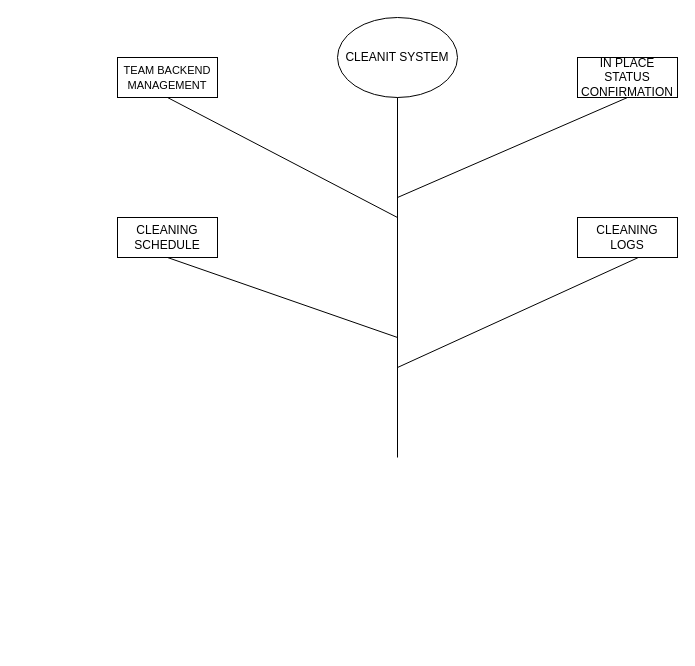
HAIWANG211/AlgorithmAndDataStructure keeps this draw.io diagram as Untitled Diagram.drawio. Above is the earlier version. Source tidied: cells renumbered, new cells numbered last; positions are measured from the earlier drawing's top-left corner, leaving out a move shared by most shapes. Both pictures are drawn from the tidied source at 100%, with x=0, y=0 at pixel (117, 17).
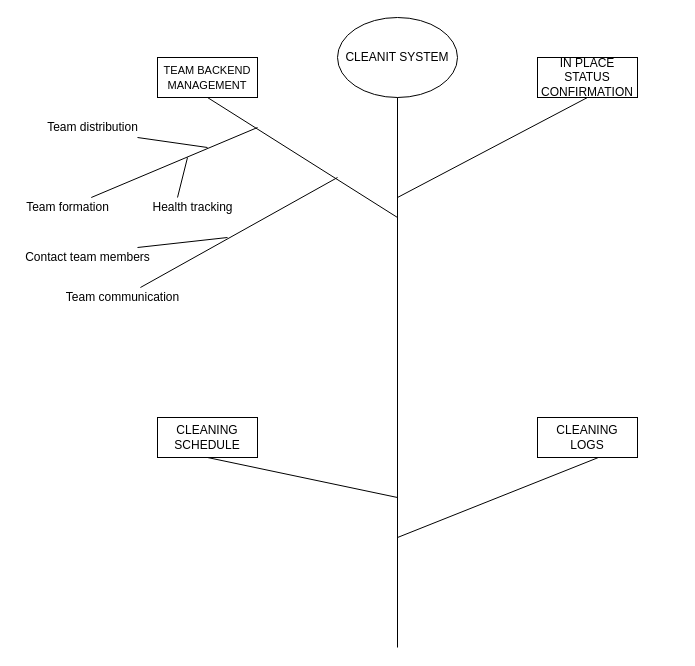
After the change.

Unchanged cells that the change refers to:
```xml
<mxCell id="2" value="CLEANIT SYSTEM" style="ellipse;whiteSpace=wrap;html=1;" parent="1" vertex="1">
  <mxGeometry x="220" width="120" height="80" as="geometry" />
</mxCell>
```

The edit, as a diff of the source:
```diff
@@
     <mxCell id="3" style="endArrow=none;html=1;entryX=0.5;entryY=1;entryDx=0;entryDy=0;" parent="1" edge="1" target="2">
       <mxGeometry relative="1" as="geometry">
-        <mxPoint x="280" y="440" as="sourcePoint" />
+        <mxPoint x="280" y="630" as="sourcePoint" />
       </mxGeometry>
     </mxCell>
     <mxCell id="4" value="&lt;font style=&quot;font-size: 11px&quot;&gt;TEAM BACKEND MANAGEMENT&lt;/font&gt;" style="rounded=0;whiteSpace=wrap;html=1;" parent="1" vertex="1">
-      <mxGeometry y="40" width="100" height="40" as="geometry" />
+      <mxGeometry x="40" y="40" width="100" height="40" as="geometry" />
     </mxCell>
@@
     <mxCell id="6" value="IN PLACE STATUS CONFIRMATION" style="rounded=0;whiteSpace=wrap;html=1;" parent="1" vertex="1">
-      <mxGeometry x="460" y="40" width="100" height="40" as="geometry" />
+      <mxGeometry x="420" y="40" width="100" height="40" as="geometry" />
     </mxCell>
@@
     <mxCell id="8" value="CLEANING SCHEDULE" style="rounded=0;whiteSpace=wrap;html=1;" parent="1" vertex="1">
-      <mxGeometry y="200" width="100" height="40" as="geometry" />
+      <mxGeometry x="40" y="400" width="100" height="40" as="geometry" />
     </mxCell>
     <mxCell id="9" value="CLEANING LOGS" style="rounded=0;whiteSpace=wrap;html=1;" parent="1" vertex="1">
-      <mxGeometry x="460" y="200" width="100" height="40" as="geometry" />
+      <mxGeometry x="420" y="400" width="100" height="40" as="geometry" />
     </mxCell>
-    <mxCell id="10" style="endArrow=none;html=1;" parent="1" edge="1">
+    <mxCell id="10" style="endArrow=none;html=1;entryX=0.5;entryY=1;entryDx=0;entryDy=0;" parent="1" edge="1" target="8">
       <mxGeometry relative="1" as="geometry">
-        <mxPoint x="280" y="320" as="sourcePoint" />
-        <mxPoint x="50" y="240" as="targetPoint" />
+        <mxPoint x="280" y="480" as="sourcePoint" />
       </mxGeometry>
     </mxCell>
     <mxCell id="11" style="endArrow=none;html=1;entryX=0.604;entryY=1.006;entryDx=0;entryDy=0;entryPerimeter=0;" parent="1" edge="1" target="9">
       <mxGeometry relative="1" as="geometry">
-        <mxPoint x="280" y="350" as="sourcePoint" />
+        <mxPoint x="280" y="520" as="sourcePoint" />
       </mxGeometry>
     </mxCell>
+    <mxCell id="12" style="endArrow=none;html=1;" parent="1" edge="1" source="13">
+      <mxGeometry relative="1" as="geometry">
+        <mxPoint x="140" y="110" as="targetPoint" />
+      </mxGeometry>
+    </mxCell>
+    <mxCell id="13" value="Team formation" style="text;html=1;align=center;verticalAlign=middle;points=[];" parent="1" vertex="1">
+      <mxGeometry x="-100" y="180" width="100" height="20" as="geometry" />
+    </mxCell>
+    <mxCell id="14" style="endArrow=none;html=1;" parent="1" edge="1">
+      <mxGeometry relative="1" as="geometry">
+        <mxPoint x="20" y="120" as="sourcePoint" />
+        <mxPoint x="90" y="130" as="targetPoint" />
+      </mxGeometry>
+    </mxCell>
+    <mxCell id="15" value="Team distribution" style="text;html=1;align=center;verticalAlign=middle;" parent="1" vertex="1">
+      <mxGeometry x="-80" y="100" width="110" height="20" as="geometry" />
+    </mxCell>
+    <mxCell id="16" style="endArrow=none;html=1;" parent="1" edge="1">
+      <mxGeometry relative="1" as="geometry">
+        <mxPoint x="60" y="180" as="sourcePoint" />
+        <mxPoint x="70" y="140" as="targetPoint" />
+      </mxGeometry>
+    </mxCell>
+    <mxCell id="17" value="Health tracking" style="text;html=1;align=center;verticalAlign=middle;" parent="1" vertex="1">
+      <mxGeometry x="25" y="180" width="100" height="20" as="geometry" />
+    </mxCell>
+    <mxCell id="18" style="endArrow=none;html=1;" parent="1" edge="1" source="19">
+      <mxGeometry relative="1" as="geometry">
+        <mxPoint x="220" y="160" as="targetPoint" />
+      </mxGeometry>
+    </mxCell>
+    <mxCell id="19" value="Team communication" style="text;html=1;align=center;verticalAlign=middle;points=[];" parent="1" vertex="1">
+      <mxGeometry x="-60" y="270" width="130" height="20" as="geometry" />
+    </mxCell>
+    <mxCell id="20" style="endArrow=none;html=1;" parent="1" edge="1">
+      <mxGeometry relative="1" as="geometry">
+        <mxPoint x="20" y="230" as="sourcePoint" />
+        <mxPoint x="110" y="220" as="targetPoint" />
+      </mxGeometry>
+    </mxCell>
+    <mxCell id="21" value="Contact team members" style="text;html=1;align=center;verticalAlign=middle;" parent="1" vertex="1">
+      <mxGeometry x="-100" y="230" width="140" height="20" as="geometry" />
+    </mxCell>
```
